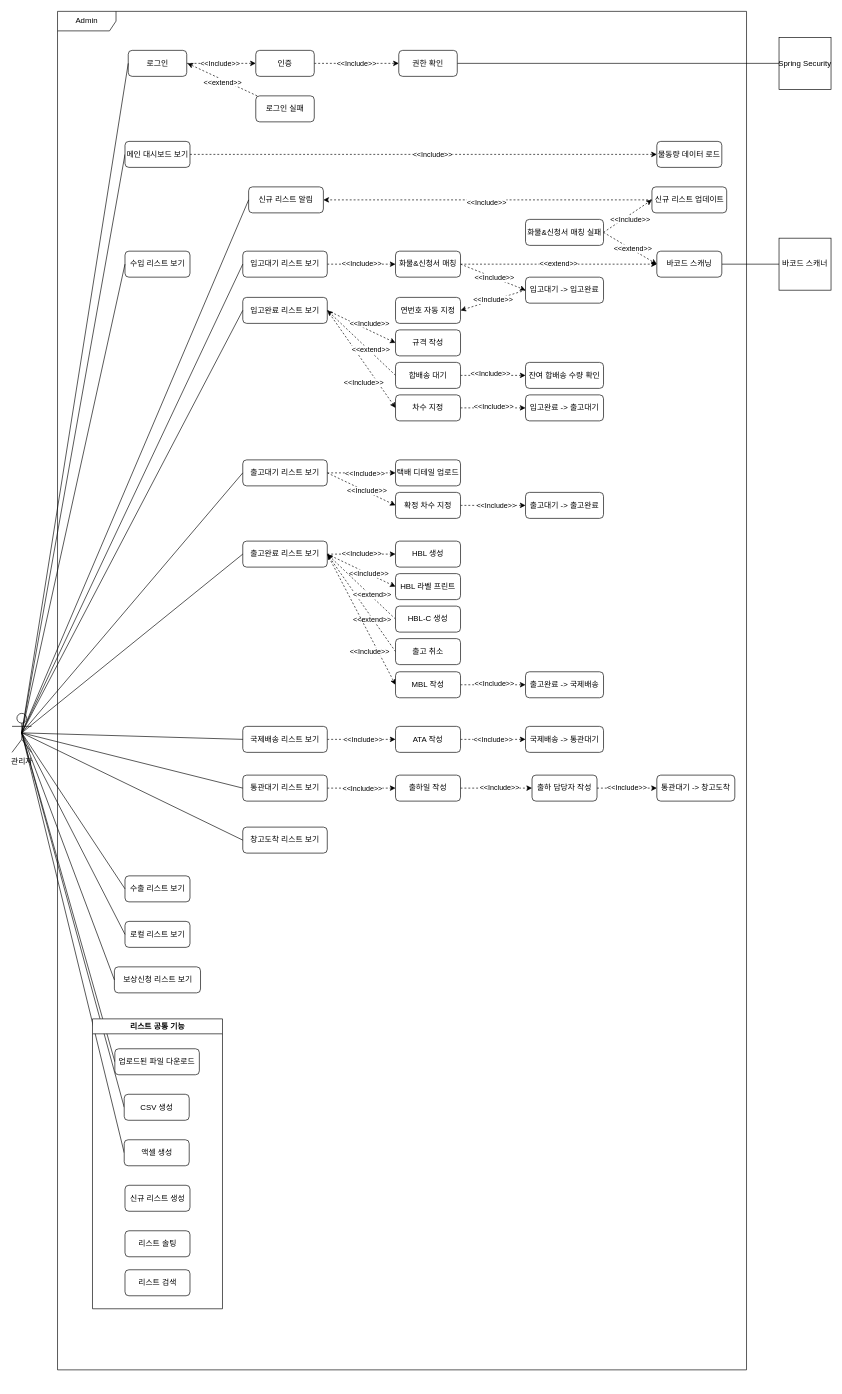
The draw.io diagram documents/UseCaseDiagram.drawio in cjungwo/ExpressSiteDemo, before the edit. Source tidied: cells renumbered, new cells numbered last; positions are measured from the earlier drawing's top-left corner, leaving out a move shared by most shapes. Both pictures are drawn from the tidied source at 65%, with x=0, y=0 at pixel (12, 11).
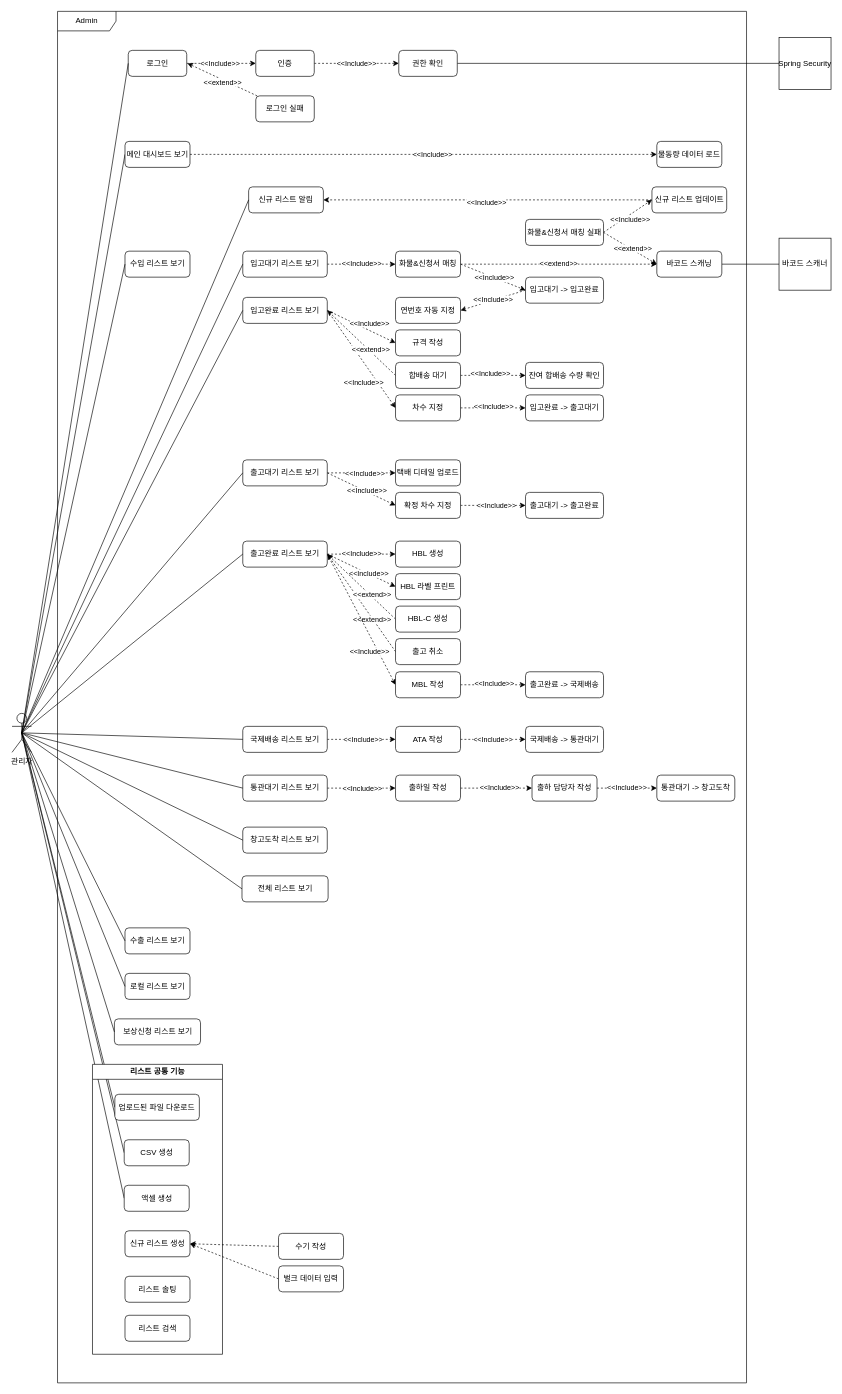
The same page after the edit.

Unchanged cells that the change refers to:
```xml
<mxCell id="2" value="관리자&lt;div&gt;&lt;br&gt;&lt;/div&gt;" style="shape=umlActor;verticalLabelPosition=bottom;verticalAlign=top;html=1;outlineConnect=0;" parent="1" vertex="1">
  <mxGeometry y="1080" width="30" height="60" as="geometry" />
</mxCell>
<mxCell id="118" value="신규 리스트 생성" style="rounded=1;whiteSpace=wrap;html=1;" parent="112" vertex="1">
  <mxGeometry x="50" y="256" width="100" height="40" as="geometry" />
</mxCell>
```

Diff of the diagram source:
```diff
@@
     <mxCell id="3" value="Admin" style="shape=umlFrame;whiteSpace=wrap;html=1;width=90;height=30;" parent="1" vertex="1">
-      <mxGeometry x="70" width="1060" height="2090" as="geometry" />
+      <mxGeometry x="70" width="1060" height="2110" as="geometry" />
     </mxCell>
@@
     <mxCell id="22" value="수출 리스트 보기" style="rounded=1;whiteSpace=wrap;html=1;" parent="1" vertex="1">
-      <mxGeometry x="173.8" y="1330" width="100" height="40" as="geometry" />
+      <mxGeometry x="173.8" y="1410" width="100" height="40" as="geometry" />
     </mxCell>
     <mxCell id="23" value="로컬 리스트 보기" style="rounded=1;whiteSpace=wrap;html=1;" parent="1" vertex="1">
-      <mxGeometry x="173.8" y="1400" width="100" height="40" as="geometry" />
+      <mxGeometry x="173.8" y="1480" width="100" height="40" as="geometry" />
     </mxCell>
@@
     <mxCell id="44" value="보상신청 리스트 보기" style="rounded=1;whiteSpace=wrap;html=1;" parent="1" vertex="1">
-      <mxGeometry x="157.5" y="1470" width="132.5" height="40" as="geometry" />
+      <mxGeometry x="157.5" y="1550" width="132.5" height="40" as="geometry" />
     </mxCell>
@@
     <mxCell id="112" style="group;" parent="1" vertex="1">
-      <mxGeometry x="123.8" y="1550" width="200" height="446" as="geometry" />
+      <mxGeometry x="123.8" y="1620" width="200" height="446" as="geometry" />
     </mxCell>
@@
+    <mxCell id="131" style="edgeStyle=none;rounded=0;jettySize=auto;html=1;exitX=0;exitY=0.5;exitDx=0;exitDy=0;entryX=1;entryY=0.5;entryDx=0;entryDy=0;dashed=1;" parent="1" edge="1" source="132" target="118">
+      <mxGeometry relative="1" as="geometry" />
+    </mxCell>
+    <mxCell id="132" value="수기 작성" style="rounded=1;whiteSpace=wrap;html=1;" parent="1" vertex="1">
+      <mxGeometry x="410" y="1880" width="100" height="40" as="geometry" />
+    </mxCell>
+    <mxCell id="133" style="edgeStyle=none;rounded=0;jettySize=auto;html=1;exitX=0;exitY=0.5;exitDx=0;exitDy=0;entryX=1;entryY=0.5;entryDx=0;entryDy=0;dashed=1;" parent="1" edge="1" source="134" target="118">
+      <mxGeometry relative="1" as="geometry" />
+    </mxCell>
+    <mxCell id="134" value="벌크 데이터 입력" style="rounded=1;whiteSpace=wrap;html=1;" parent="1" vertex="1">
+      <mxGeometry x="410" y="1930" width="100" height="40" as="geometry" />
+    </mxCell>
+    <mxCell id="135" value="전체 리스트 보기" style="rounded=1;whiteSpace=wrap;html=1;" parent="1" vertex="1">
+      <mxGeometry x="353.8" y="1330" width="132.5" height="40" as="geometry" />
+    </mxCell>
+    <mxCell id="136" style="edgeStyle=none;rounded=0;jettySize=auto;html=1;exitX=0;exitY=0.5;exitDx=0;exitDy=0;entryX=0.5;entryY=0.5;entryDx=0;entryDy=0;entryPerimeter=0;endArrow=none;endFill=0;" parent="1" edge="1" source="135" target="2">
+      <mxGeometry relative="1" as="geometry" />
+    </mxCell>
```
